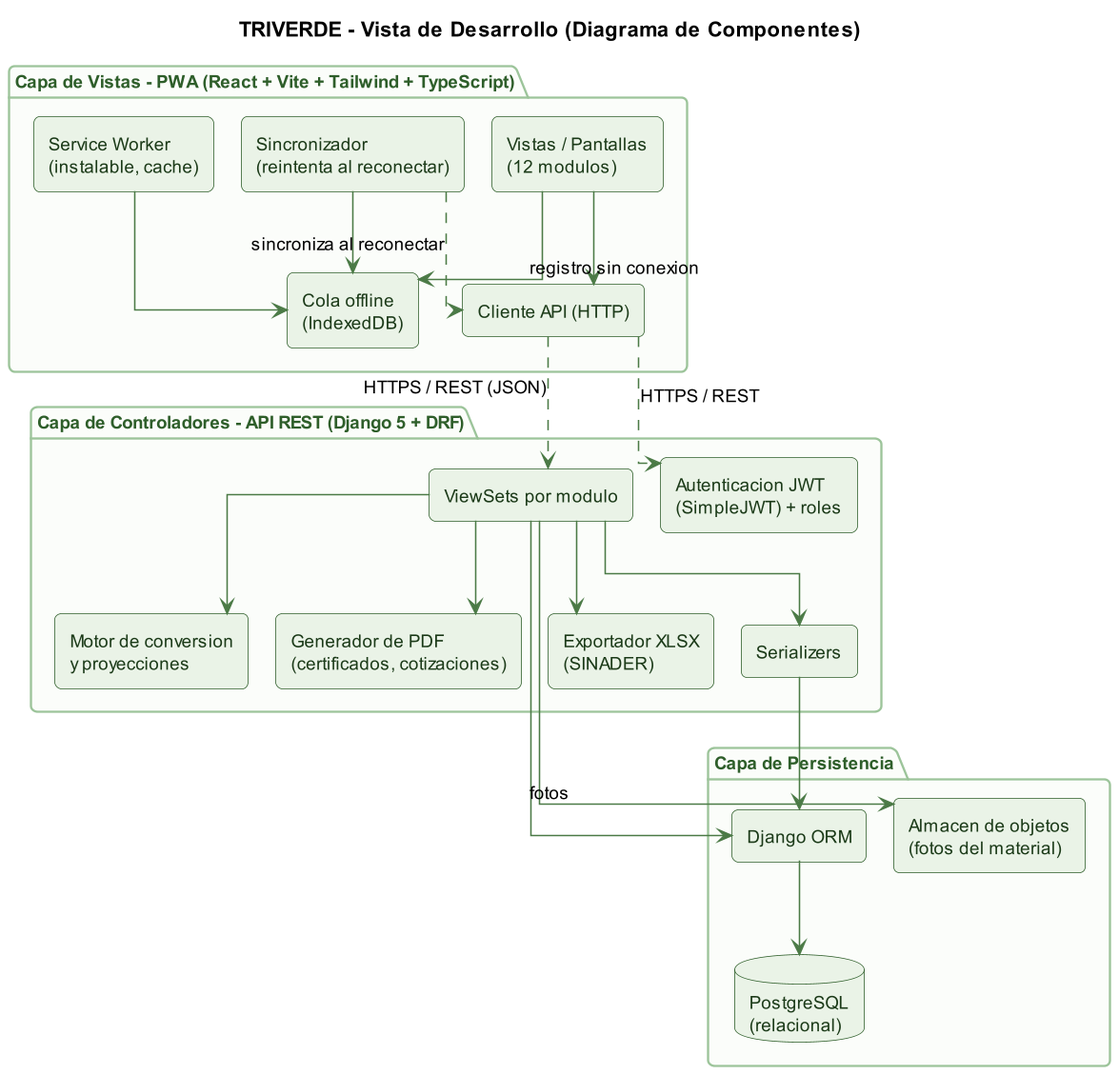
Earlier version of the PlantUML export docs/trabajo-grupal/diagramas/arquitectura/componentes.png (kenjikaese/Triverde).
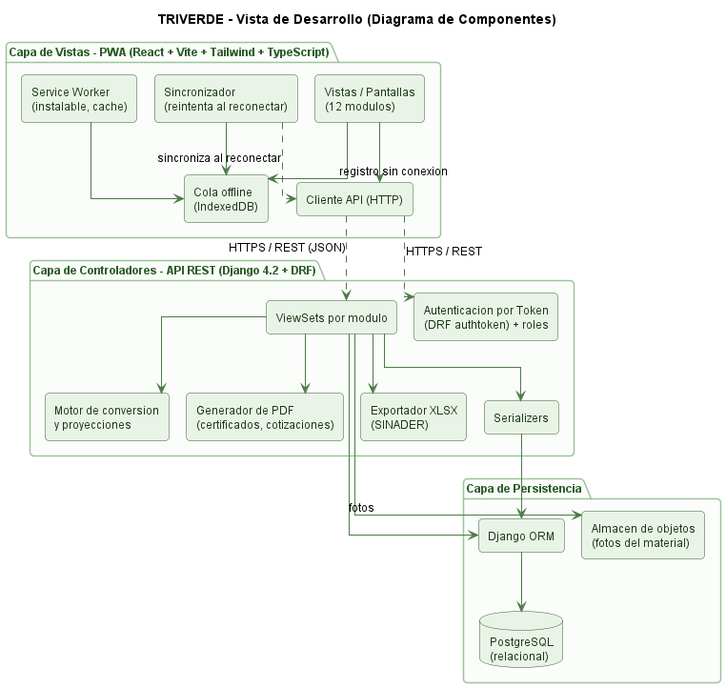
Above is the later version.

Commit message:
Inc 2: casos de prueba y log de la suite, modelo de datos y arquitectura regenerados (Django 4.2/Token DRF)

The edit, as a diff of the source:
```diff
@@ -1,5 +1,4 @@
 @startuml componentes
-skinparamlocked dpi 150
 title TRIVERDE - Vista de Desarrollo (Diagrama de Componentes)
 
 skinparam backgroundColor #FFFFFF
@@ -38,8 +37,8 @@
   [Cliente API (HTTP)] as ApiClient
 }
 
-package "Capa de Controladores - API REST (Django 5 + DRF)" {
-  [Autenticacion JWT\n(SimpleJWT) + roles] as Auth
+package "Capa de Controladores - API REST (Django 4.2 + DRF)" {
+  [Autenticacion por Token\n(DRF authtoken) + roles] as Auth
   [ViewSets por modulo] as Ctrl
   [Motor de conversion\ny proyecciones] as Motor
   [Generador de PDF\n(certificados, cotizaciones)] as PDF
```
